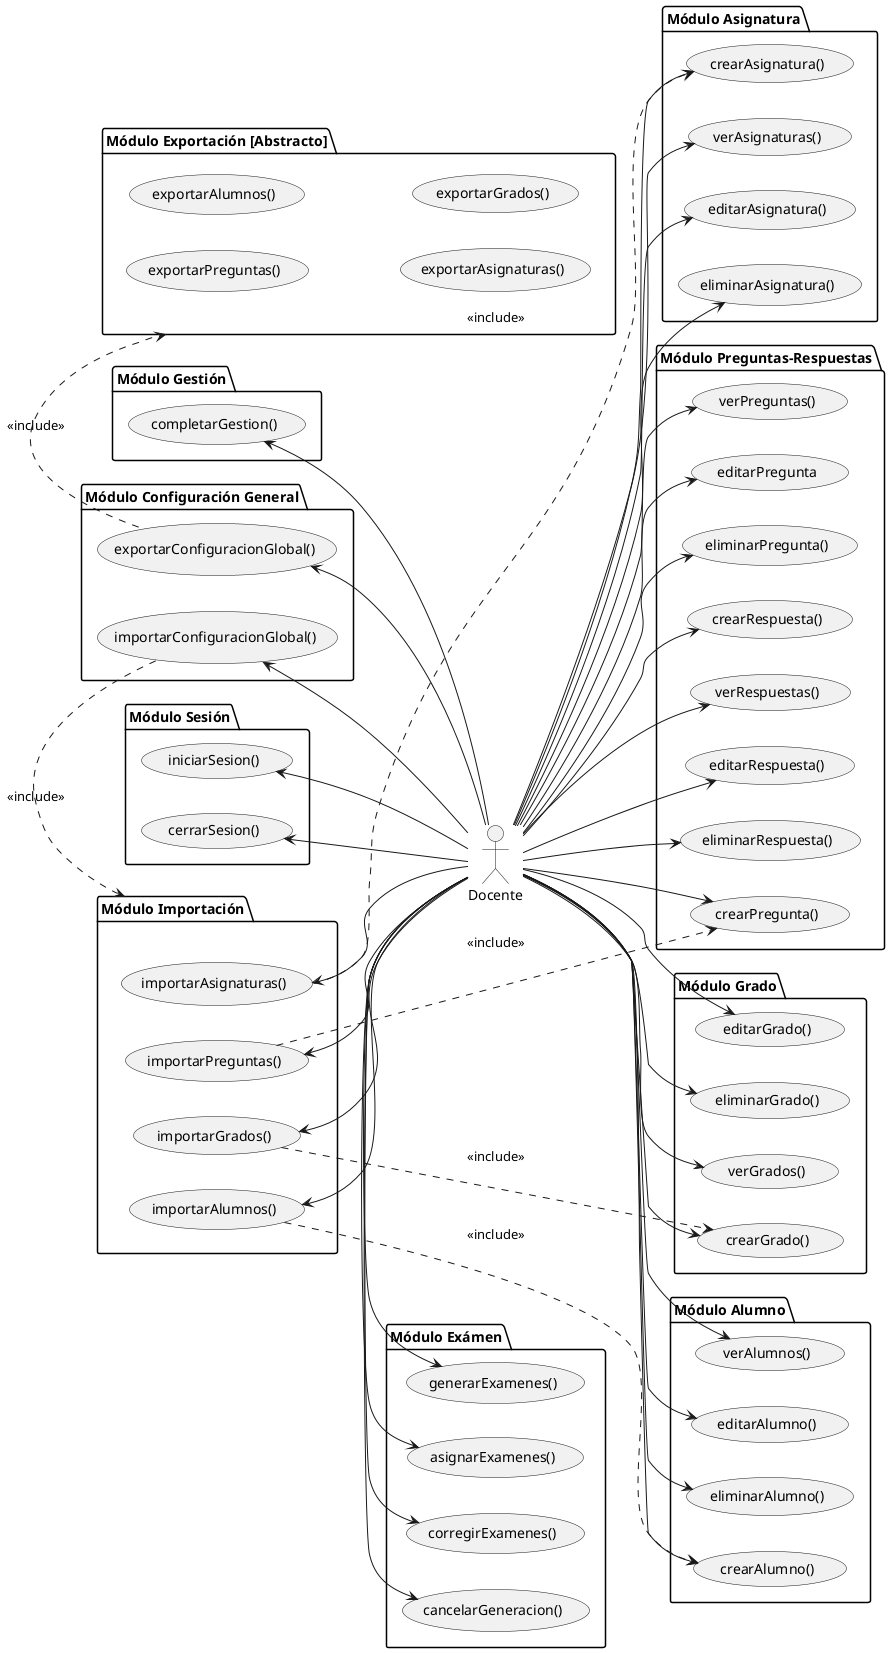
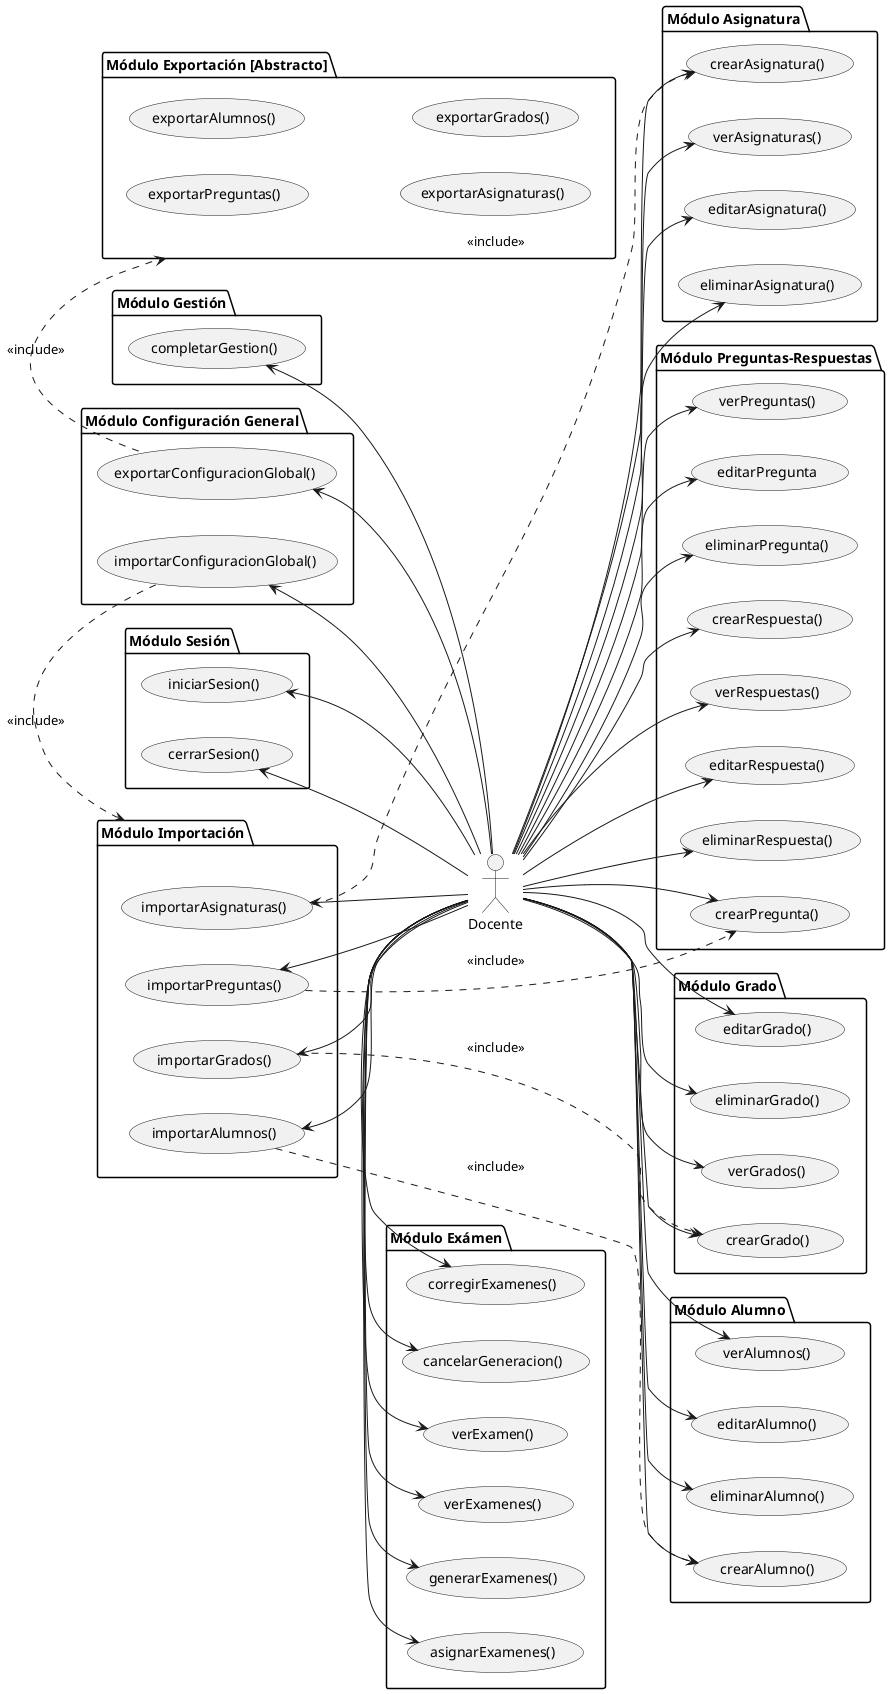
@startuml actoresYCasosDeUso-docente

left to right direction

actor "Docente" as doc

package "Módulo Grado" {
  usecase "crearGrado()" as UC1
  usecase "verGrados()" as UC2
  usecase "editarGrado()" as UC3
  usecase "eliminarGrado()" as UC4
}

package "Módulo Asignatura" {
  usecase "crearAsignatura()" as UC5
  usecase "verAsignaturas()" as UC6
  usecase "editarAsignatura()" as UC7
  usecase "eliminarAsignatura()" as UC8
}

package "Módulo Alumno" {
  usecase "crearAlumno()" as UC9
  usecase "verAlumnos()" as UC10
  usecase "editarAlumno()" as UC11
  usecase "eliminarAlumno()" as UC12
}

package "Módulo Preguntas-Respuestas" {
  usecase "crearPregunta()" as UC20
  usecase "verPreguntas()" as UC21
  usecase "editarPregunta" as UC22
  usecase "eliminarPregunta()" as UC23

  usecase "crearRespuesta()" as UC32
  usecase "verRespuestas()" as UC33
  usecase "editarRespuesta()" as UC34
  usecase "eliminarRespuesta()" as UC35
}

package "Módulo Configuración General" {
  usecase "exportarConfiguracionGlobal()" as UC26
  usecase "importarConfiguracionGlobal()" as UC27
}

package "Módulo Exámen" {
  usecase "generarExamenes()" as UC28
  usecase "asignarExamenes()" as UC29
  usecase "cancelarGeneracion()" as UC40
  usecase "corregirExamenes()" as UC31
+   usecase "verExamen()" as UC44
+   usecase "verExamenes()" as UC45
}

package "Módulo Sesión" {
  usecase "iniciarSesion()" as UC42
  usecase "cerrarSesion()" as UC43
}

package "Módulo Gestión" {
  usecase "completarGestion()" as UC13

}
package "Módulo Importación" as MI45{
  usecase "importarAsignaturas()" as UC38
  usecase "importarPreguntas()" as UC24
  usecase "importarAlumnos()" as UC19
  usecase "importarGrados()" as UC36
}
package "Módulo Exportación [Abstracto]" as ME44{
usecase "exportarPreguntas()" as UC25
usecase "exportarAlumnos()" as UC17
usecase "exportarAsignaturas()" as UC39
usecase "exportarGrados()" as UC37
}


doc --> UC1
doc --> UC2
doc --> UC3
doc --> UC4

doc --> UC5
doc --> UC6
doc --> UC7
doc --> UC8

doc --> UC9
doc --> UC10
doc --> UC11
doc --> UC12

doc -u-> UC13
doc -u-> UC19
doc -d-> UC20
doc -d-> UC21
doc -d-> UC22
doc -d-> UC23
doc -d-> UC24

doc -u-> UC26
doc -u-> UC27
doc -l-> UC28
doc -l-> UC29
doc -l-> UC31
doc -d-> UC32
doc -d-> UC33
doc -d-> UC34
doc -d-> UC35
doc -l-> UC36
doc -l-> UC38
doc -l-> UC40
+ doc -l-> UC44
+ doc -l-> UC45
doc -u-> UC42
doc -u-> UC43
ME44<.r.UC26 : <<include>>
MI45<.r.UC27 : <<include>>
UC38 .> UC5 : <<include>>
UC36 .> UC1 : <<include>>
UC24 .> UC20 : <<include>>
UC19 .> UC9 : <<include>>

@enduml